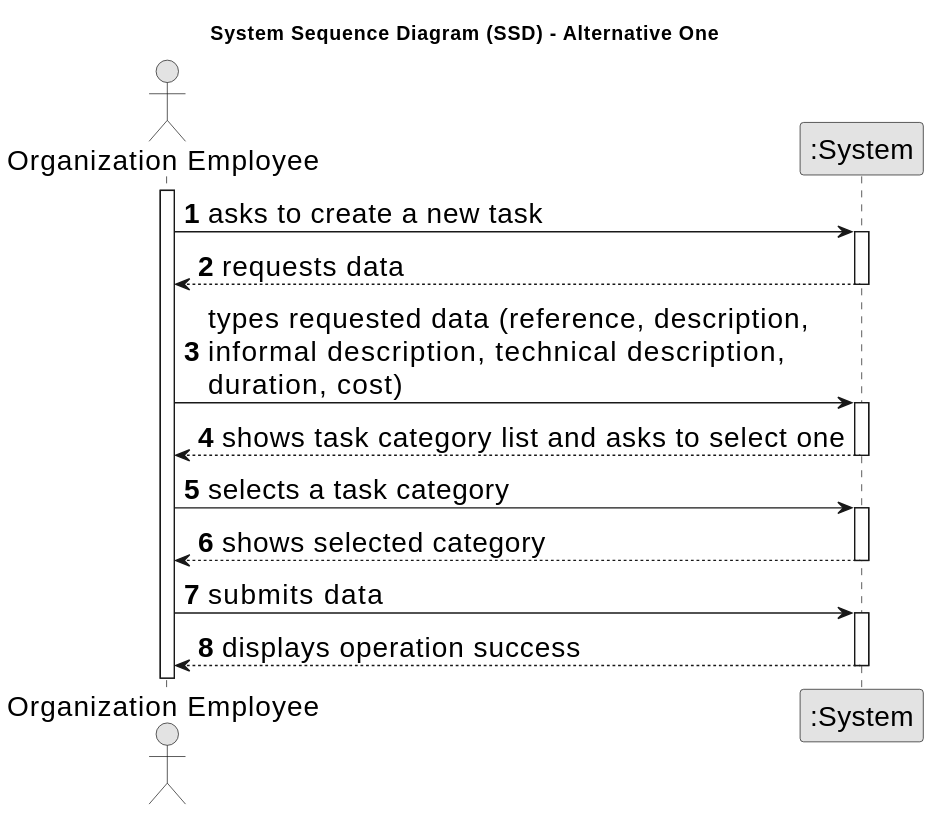
The PlantUML diagram docs/sprint01/us006/01.requirements-engineering/svg/us006-system-sequence-diagram-alternative-one.svg in TiagoMagalhaes1232507/Testando-projeto, before a commit. The source it was exported from:
```plantuml
@startuml
skinparamlocked defaultFontSize 20
skinparam monochrome true
skinparam packageStyle rectangle
skinparam shadowing false

title System Sequence Diagram (SSD) - Alternative One

autonumber

actor "Organization Employee" as Employee
participant ":System" as System

activate Employee

    Employee -> System : asks to create a new task
    activate System

        System --> Employee : requests data
    deactivate System

    Employee -> System : types requested data (reference, description, \ninformal description, technical description,\nduration, cost)
    activate System

        System --> Employee : shows task category list and asks to select one
    deactivate System

    Employee -> System : selects a task category
    activate System

        System --> Employee : shows selected category
    deactivate System

    Employee -> System : submits data
    activate System

        System --> Employee : displays operation success
    deactivate System
@enduml
```
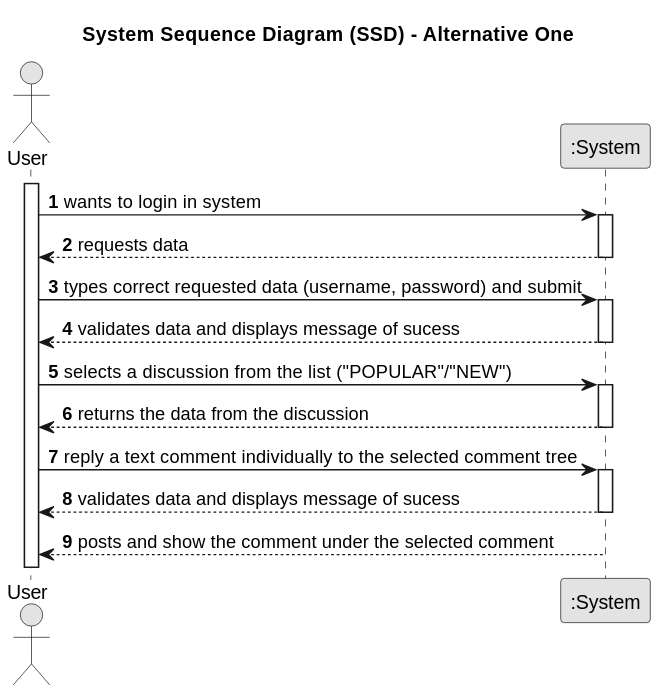
After the change.

Change to the diagram source:
```diff
@@ -1,5 +1,4 @@
 @startuml
-skinparamlocked defaultFontSize 20
 skinparam monochrome true
 skinparam packageStyle rectangle
 skinparam shadowing false
@@ -8,32 +7,35 @@
 
 autonumber
 
-actor "Organization Employee" as Employee
+actor "User" as User
 participant ":System" as System
 
-activate Employee
+activate User
 
-    Employee -> System : asks to create a new task
+    User -> System : wants to login in system
     activate System
 
-        System --> Employee : requests data
+        System --> User : requests data
     deactivate System
 
-    Employee -> System : types requested data (reference, description, \ninformal description, technical description,\nduration, cost)
+    User -> System : types correct requested data  (username, password) and submit
     activate System
 
-        System --> Employee : shows task category list and asks to select one
+        System --> User : validates data and displays message of sucess
     deactivate System
 
-    Employee -> System : selects a task category
+User -> System : selects a discussion from the list ("POPULAR"/"NEW")
     activate System
 
-        System --> Employee : shows selected category
+        System --> User : returns the data from the discussion
     deactivate System
 
-    Employee -> System : submits data
+    User -> System : reply  a text comment individually to the selected comment tree
     activate System
 
-        System --> Employee : displays operation success
+        System --> User : validates data and displays message of sucess
+    deactivate System
+
+System --> User : posts and show the comment under the selected comment
     deactivate System
 @enduml
```
